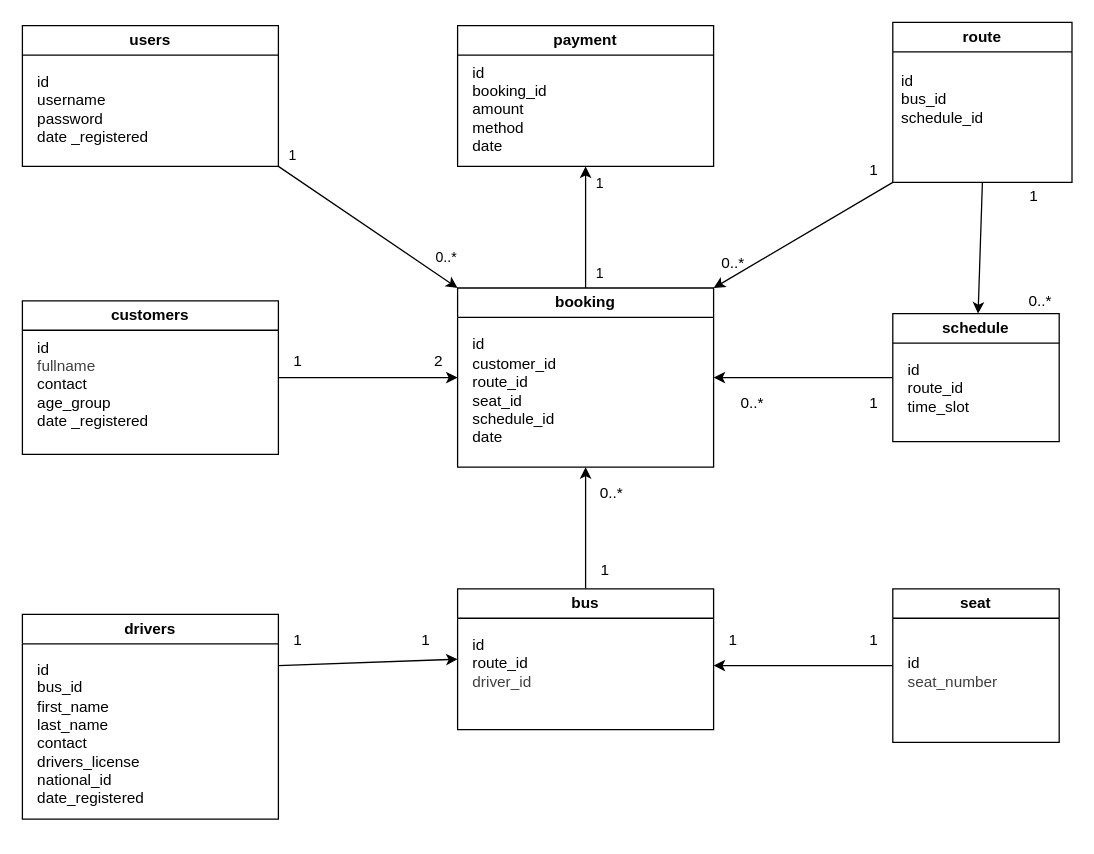
Earlier version of the draw.io diagram models/fastlane_class_diagram.drawio (Vanessa-176/fastlane). Source tidied: cells renumbered, new cells numbered last; positions are measured from the earlier drawing's top-left corner, leaving out a move shared by most shapes. Both pictures are drawn from the tidied source at 128%, with x=0, y=0 at pixel (22, 22).
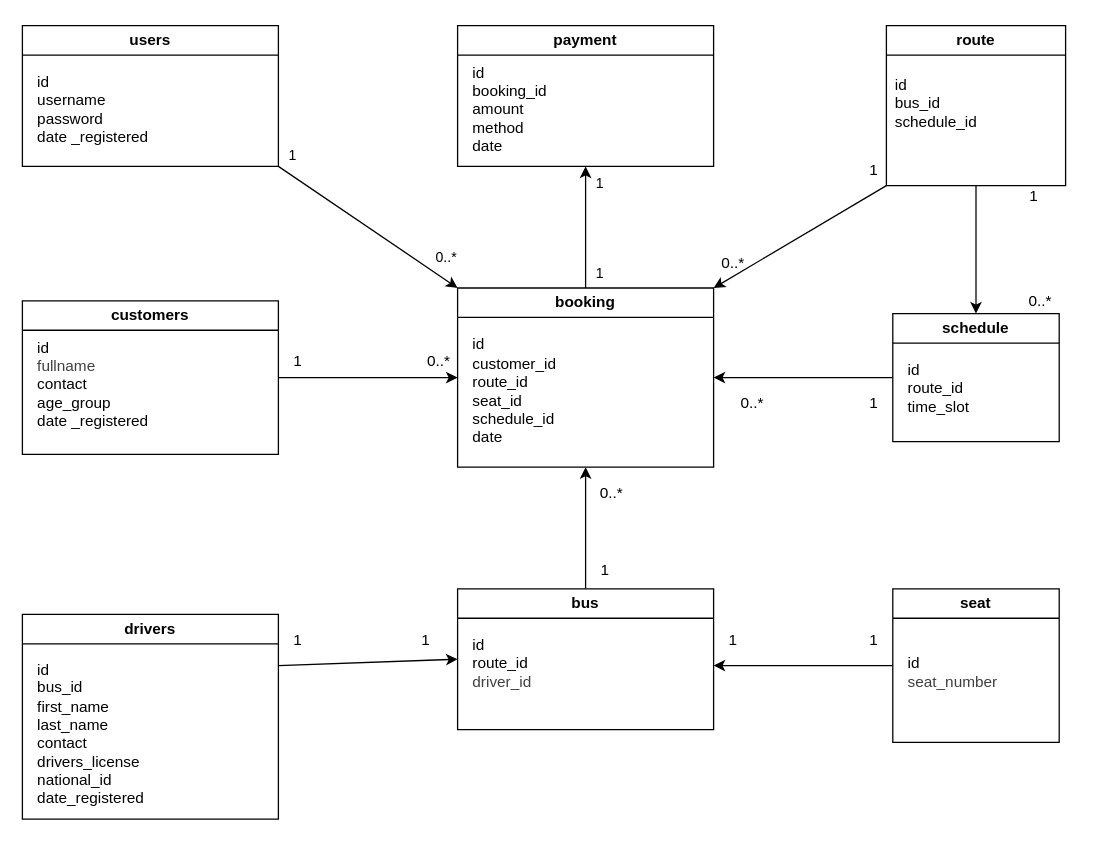
The same page after the edit.

Commit message:
updated class diagram

The edit, as a diff of the source:
```diff
@@
     <mxCell id="22" value="route" style="swimlane;whiteSpace=wrap;html=1;" parent="1" vertex="1">
-      <mxGeometry x="680" width="140" height="125" as="geometry" />
+      <mxGeometry x="675" y="2.5" width="140" height="125" as="geometry" />
     </mxCell>
@@
-    <mxCell id="46" value="2" style="text;html=1;align=center;verticalAlign=middle;strokeColor=none;fillColor=none;" parent="1" vertex="1">
-      <mxGeometry x="310" y="250" width="30" height="30" as="geometry" />
+    <mxCell id="46" value="0..*" style="text;html=1;align=center;verticalAlign=middle;strokeColor=none;fillColor=none;" parent="1" vertex="1">
+      <mxGeometry x="305" y="250" width="40" height="30" as="geometry" />
     </mxCell>
```
